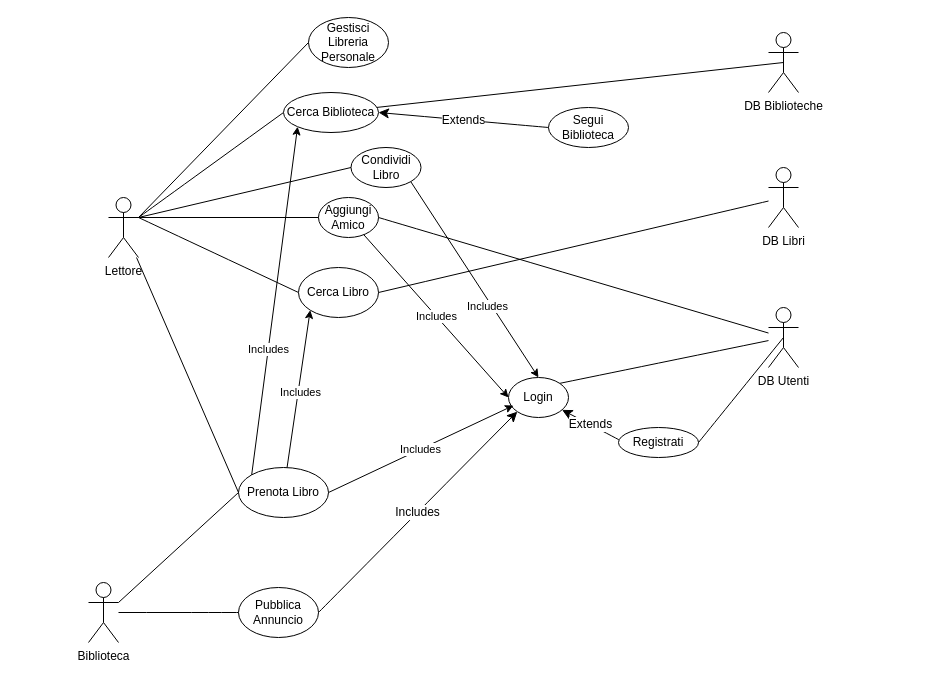
Above: page "Pagina-2" (1 of 2) of Casi d'uso/Diagrammi/Diagramma casi d'uso.drawio in Tom-n7/progettoMurakami (draw.io), before the change. Source tidied: cells renumbered, new cells numbered last; positions are measured from the earlier drawing's top-left corner, leaving out a move shared by most shapes. Both pictures are drawn from the tidied source at 100%, with x=0, y=0 at pixel (88, 17).
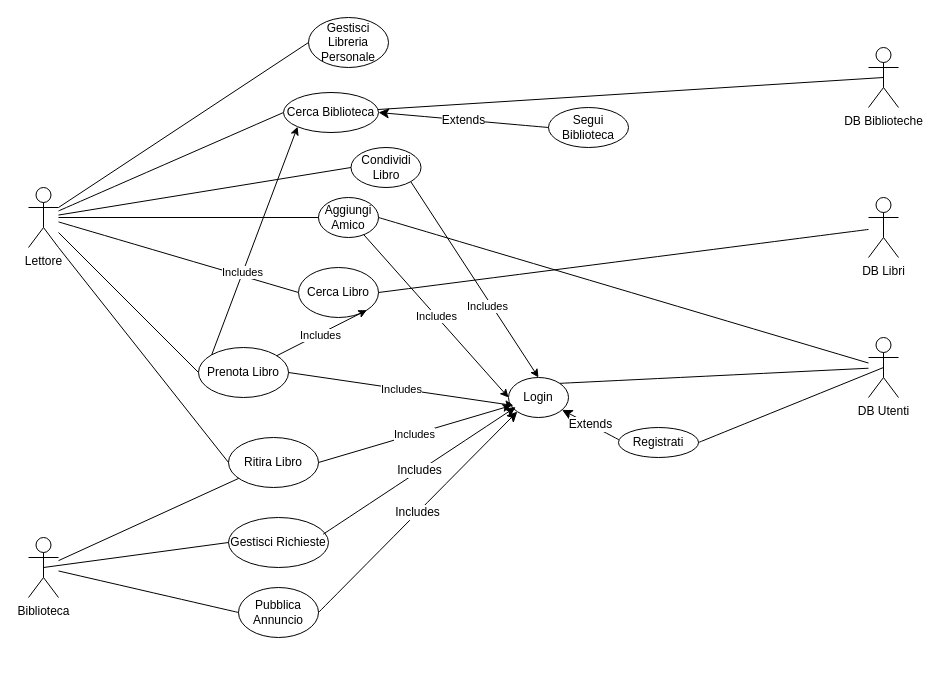
The same page after the edit.

The change refers to these unchanged cells:
```xml
<mxCell id="5" value="Aggiungi Amico" style="ellipse;whiteSpace=wrap;html=1;" parent="1" vertex="1">
  <mxGeometry x="230" y="180" width="60" height="40" as="geometry" />
</mxCell>
<mxCell id="7" value="Login" style="ellipse;whiteSpace=wrap;html=1;" parent="1" vertex="1">
  <mxGeometry x="420" y="360" width="60" height="40" as="geometry" />
</mxCell>
<mxCell id="9" value="Condividi Libro" style="ellipse;whiteSpace=wrap;html=1;" parent="1" vertex="1">
  <mxGeometry x="262.5" y="130" width="70" height="40" as="geometry" />
</mxCell>
<mxCell id="13" value="Cerca Libro" style="ellipse;whiteSpace=wrap;html=1;" parent="1" vertex="1">
  <mxGeometry x="210" y="250" width="80" height="50" as="geometry" />
</mxCell>
<mxCell id="15" value="Cerca Biblioteca" style="ellipse;whiteSpace=wrap;html=1;" parent="1" vertex="1">
  <mxGeometry x="195" y="75" width="95" height="40" as="geometry" />
</mxCell>
```

What changed in the source:
```diff
@@
     <mxCell id="2" value="&lt;div&gt;Lettore&lt;/div&gt;&lt;div&gt;&lt;br&gt;&lt;/div&gt;" style="shape=umlActor;verticalLabelPosition=bottom;verticalAlign=top;html=1;outlineConnect=0;" parent="1" vertex="1">
-      <mxGeometry x="20" y="180" width="30" height="60" as="geometry" />
+      <mxGeometry x="-60" y="170" width="30" height="60" as="geometry" />
     </mxCell>
@@
-    <mxCell id="6" style="endArrow=none;html=1;rounded=0;entryX=0;entryY=0.5;entryDx=0;entryDy=0;" parent="1" edge="1" target="5">
-      <mxGeometry relative="1" as="geometry">
-        <mxPoint x="50" y="200" as="sourcePoint" />
-      </mxGeometry>
+    <mxCell id="6" style="endArrow=none;html=1;rounded=0;entryX=0;entryY=0.5;entryDx=0;entryDy=0;" parent="1" edge="1" source="2" target="5">
+      <mxGeometry relative="1" as="geometry" />
     </mxCell>
@@
-    <mxCell id="10" style="endArrow=none;html=1;rounded=0;entryX=0;entryY=0.5;entryDx=0;entryDy=0;" parent="1" edge="1" target="9">
-      <mxGeometry relative="1" as="geometry">
-        <mxPoint x="50" y="200" as="sourcePoint" />
-      </mxGeometry>
+    <mxCell id="10" style="endArrow=none;html=1;rounded=0;entryX=0;entryY=0.5;entryDx=0;entryDy=0;" parent="1" edge="1" source="2" target="9">
+      <mxGeometry relative="1" as="geometry" />
     </mxCell>
@@
-    <mxCell id="12" style="endArrow=none;html=1;rounded=0;fontSize=12;startSize=8;endSize=8;curved=1;entryX=0;entryY=0.5;entryDx=0;entryDy=0;" parent="1" edge="1" target="13">
-      <mxGeometry relative="1" as="geometry">
-        <mxPoint x="50" y="200" as="sourcePoint" />
-      </mxGeometry>
+    <mxCell id="12" style="endArrow=none;html=1;rounded=0;fontSize=12;startSize=8;endSize=8;curved=1;entryX=0;entryY=0.5;entryDx=0;entryDy=0;" parent="1" edge="1" source="2" target="13">
+      <mxGeometry relative="1" as="geometry" />
     </mxCell>
@@
-    <mxCell id="14" style="endArrow=none;html=1;rounded=0;fontSize=12;startSize=8;endSize=8;curved=1;entryX=0;entryY=0.5;entryDx=0;entryDy=0;" parent="1" edge="1" target="15">
-      <mxGeometry relative="1" as="geometry">
-        <mxPoint x="50" y="200" as="sourcePoint" />
-      </mxGeometry>
+    <mxCell id="14" style="endArrow=none;html=1;rounded=0;fontSize=12;startSize=8;endSize=8;curved=1;entryX=0;entryY=0.5;entryDx=0;entryDy=0;" parent="1" edge="1" source="2" target="15">
+      <mxGeometry relative="1" as="geometry" />
     </mxCell>
@@
     <mxCell id="16" value="DB Libri" style="shape=umlActor;verticalLabelPosition=bottom;verticalAlign=top;html=1;outlineConnect=0;" parent="1" vertex="1">
-      <mxGeometry x="680" y="150" width="30" height="60" as="geometry" />
+      <mxGeometry x="780" y="180" width="30" height="60" as="geometry" />
     </mxCell>
@@
     <mxCell id="20" value="Biblioteca" style="shape=umlActor;verticalLabelPosition=bottom;verticalAlign=top;html=1;outlineConnect=0;" parent="1" vertex="1">
-      <mxGeometry y="565" width="30" height="60" as="geometry" />
+      <mxGeometry x="-60" y="520" width="30" height="60" as="geometry" />
     </mxCell>
@@
     <mxCell id="26" value="DB Utenti" style="shape=umlActor;verticalLabelPosition=bottom;verticalAlign=top;html=1;outlineConnect=0;" parent="1" vertex="1">
-      <mxGeometry x="680" y="290" width="30" height="60" as="geometry" />
+      <mxGeometry x="780" y="320" width="30" height="60" as="geometry" />
     </mxCell>
@@
     <mxCell id="30" value="Prenota Libro" style="ellipse;whiteSpace=wrap;html=1;" parent="1" vertex="1">
-      <mxGeometry x="150" y="450" width="90" height="50" as="geometry" />
+      <mxGeometry x="110" y="330" width="90" height="50" as="geometry" />
     </mxCell>
@@
-    <mxCell id="32" style="endArrow=none;html=1;rounded=0;exitX=1;exitY=0.3333333333333333;exitDx=0;exitDy=0;exitPerimeter=0;entryX=0;entryY=0.5;entryDx=0;entryDy=0;" parent="1" edge="1" source="20" target="30">
-      <mxGeometry relative="1" as="geometry" />
-    </mxCell>
@@
     <mxCell id="34" value="DB Biblioteche" style="shape=umlActor;verticalLabelPosition=bottom;verticalAlign=top;html=1;outlineConnect=0;" parent="1" vertex="1">
-      <mxGeometry x="680" y="15" width="30" height="60" as="geometry" />
+      <mxGeometry x="780" y="30" width="30" height="60" as="geometry" />
     </mxCell>
@@
-    <mxCell id="36" value="Includes" style="endArrow=classic;startArrow=none;html=1;rounded=0;entryX=0;entryY=1;entryDx=0;entryDy=0;startFill=0;" parent="1" edge="1" source="30" target="13">
+    <mxCell id="36" value="Includes" style="endArrow=classic;startArrow=none;html=1;rounded=0;entryX=1;entryY=1;entryDx=0;entryDy=0;startFill=0;" parent="1" edge="1" source="30" target="13">
       <mxGeometry x="-0.05" y="-2" relative="1" as="geometry" />
     </mxCell>
@@
+    <mxCell id="38" value="Gestisci Richieste" style="ellipse;whiteSpace=wrap;html=1;" parent="1" vertex="1">
+      <mxGeometry x="140" y="500" width="100" height="50" as="geometry" />
+    </mxCell>
+    <mxCell id="39" style="endArrow=none;html=1;rounded=0;exitX=0.5;exitY=0.5;exitDx=0;exitDy=0;exitPerimeter=0;entryX=0;entryY=0.5;entryDx=0;entryDy=0;" parent="1" edge="1" source="20" target="38">
+      <mxGeometry relative="1" as="geometry" />
+    </mxCell>
+    <mxCell id="40" value="Includes" style="endArrow=classic;html=1;rounded=0;fontSize=12;startSize=8;endSize=8;curved=1;exitX=0.946;exitY=0.335;exitDx=0;exitDy=0;entryX=0.12;entryY=0.739;entryDx=0;entryDy=0;exitPerimeter=0;entryPerimeter=0;" parent="1" edge="1" source="38" target="7">
+      <mxGeometry relative="1" as="geometry" />
+    </mxCell>
+    <mxCell id="41" value="Ritira Libro" style="ellipse;whiteSpace=wrap;html=1;" parent="1" vertex="1">
+      <mxGeometry x="140" y="420" width="90" height="50" as="geometry" />
+    </mxCell>
+    <mxCell id="42" style="endArrow=none;html=1;rounded=0;exitX=1;exitY=1;exitDx=0;exitDy=0;exitPerimeter=0;entryX=0;entryY=0.5;entryDx=0;entryDy=0;" parent="1" edge="1" source="2" target="41">
+      <mxGeometry relative="1" as="geometry" />
+    </mxCell>
+    <mxCell id="43" style="endArrow=none;html=1;rounded=0;" parent="1" edge="1" source="20" target="41">
+      <mxGeometry relative="1" as="geometry" />
+    </mxCell>
+    <mxCell id="44" value="Includes" style="endArrow=classic;html=1;rounded=0;exitX=1;exitY=0.5;exitDx=0;exitDy=0;" parent="1" edge="1" source="41" target="7">
+      <mxGeometry relative="1" as="geometry" />
+    </mxCell>
```
